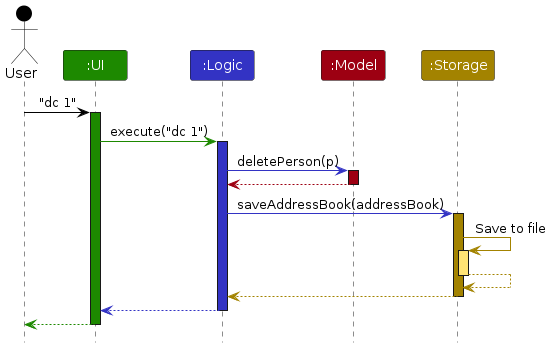
Above: diagrams/ArchitectureSequenceDiagram.png in teojunda/tp (PlantUML), before the change. Its source is kept beside it as diagrams/ArchitectureSequenceDiagram.puml.
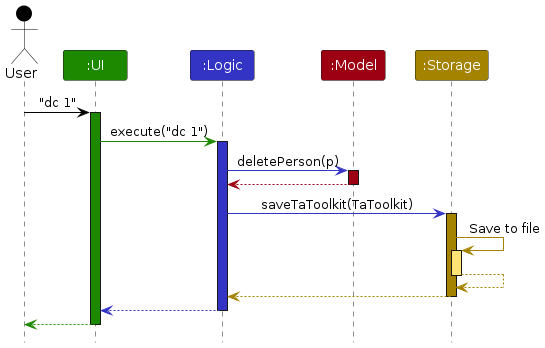
After the commit.

Diff of the diagram source:
```diff
@@ -20,7 +20,7 @@
 model -[MODEL_COLOR]-> logic
 deactivate model
 
-logic -[LOGIC_COLOR]> storage : saveAddressBook(addressBook)
+logic -[LOGIC_COLOR]> storage : saveTaToolkit(TaToolkit)
 activate storage STORAGE_COLOR
 
 storage -[STORAGE_COLOR]> storage : Save to file
```
